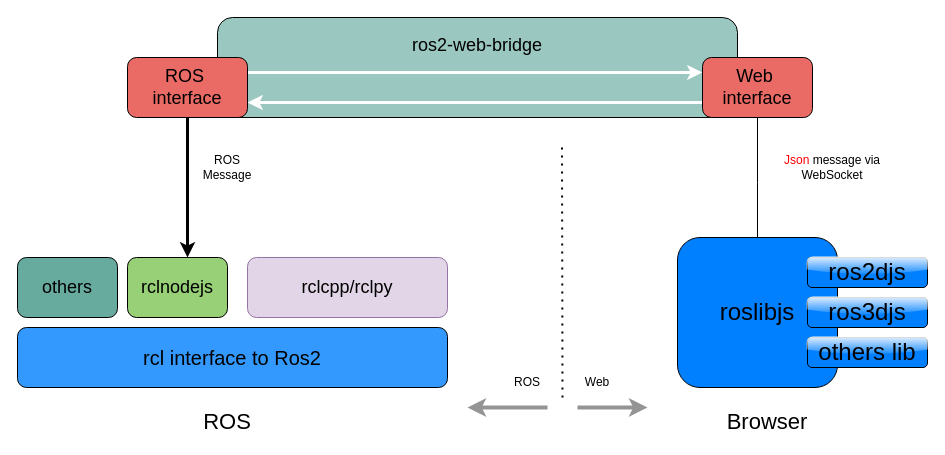
Before: page "rclnodejs" (2 of 7) of IPA/ros_client.drawio in chuangyan132/MD_Note1, a draw.io diagram. Source tidied: cells renumbered, new cells numbered last; positions are measured from the earlier drawing's top-left corner, leaving out a move shared by most shapes. Both pictures are drawn from the tidied source at 100%, with x=0, y=0 at pixel (17, 17).
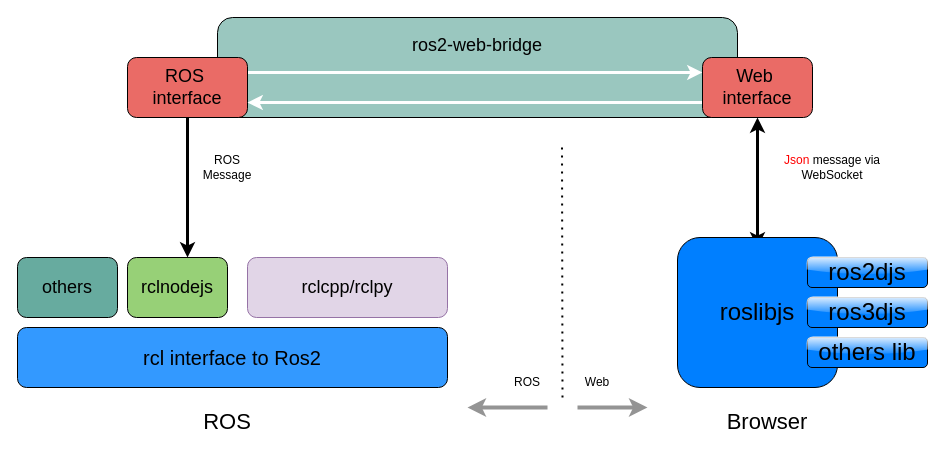
The same page after the edit.

Unchanged cells that the change refers to:
```xml
<mxCell id="11" value="Web&amp;nbsp;&lt;div&gt;interface&lt;/div&gt;" style="rounded=1;whiteSpace=wrap;html=1;fontSize=18;fillColor=#EA6B66;" parent="1" vertex="1">
  <mxGeometry x="685" y="40" width="110" height="60" as="geometry" />
</mxCell>
```

Change to the diagram source:
```diff
@@
-    <mxCell id="10" style="edgeStyle=orthogonalEdgeStyle;rounded=0;jettySize=auto;html=1;exitX=0.5;exitY=1;exitDx=0;exitDy=0;" parent="1" edge="1" source="11">
+    <mxCell id="10" style="edgeStyle=orthogonalEdgeStyle;rounded=0;jettySize=auto;html=1;exitX=0.5;exitY=1;exitDx=0;exitDy=0;strokeWidth=3;startArrow=classic;startFill=1;" parent="1" edge="1" source="11">
       <mxGeometry relative="1" as="geometry">
         <mxPoint x="740" y="230" as="targetPoint" />
       </mxGeometry>
     </mxCell>
```
